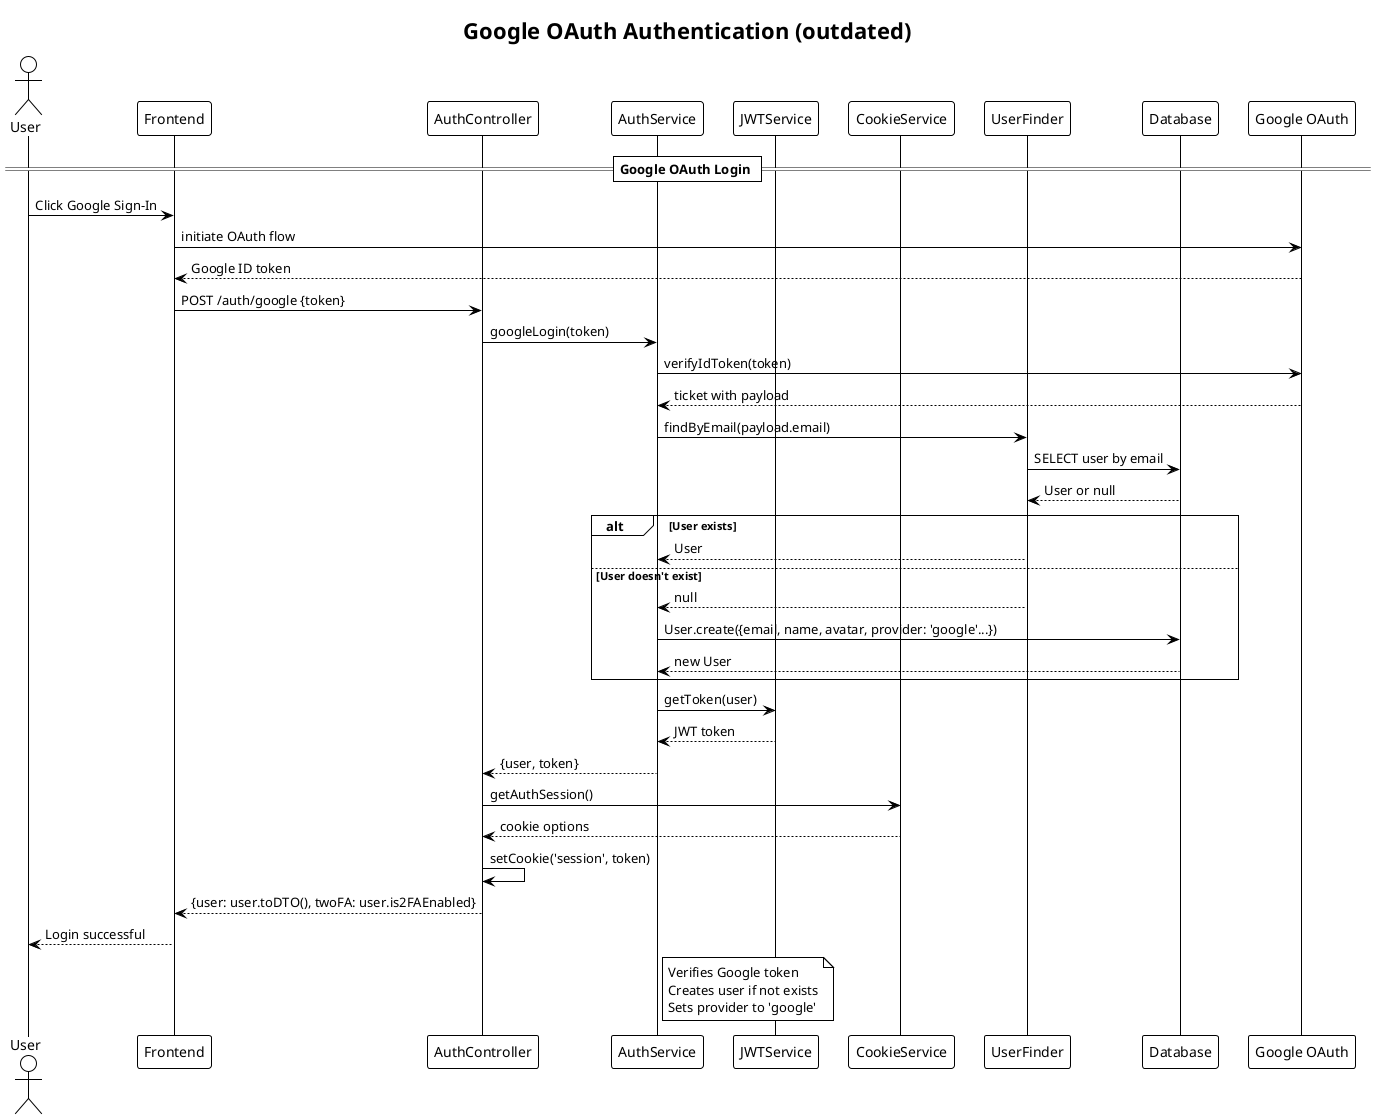
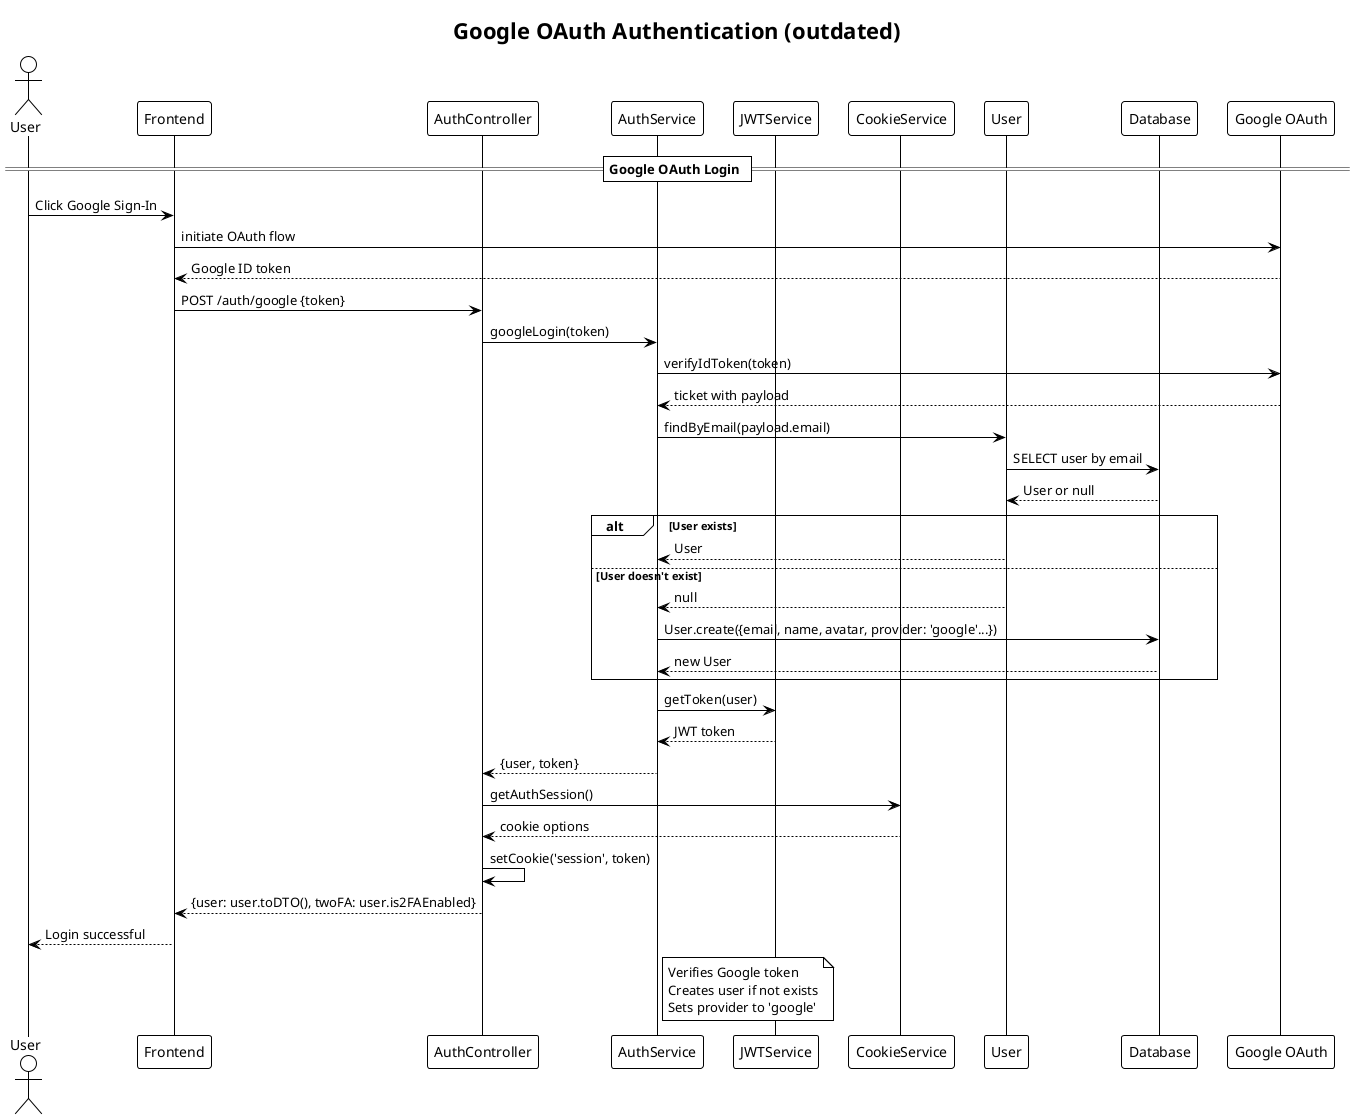
@startuml Google OAuth Login Flow
!theme plain
title Google OAuth Authentication (outdated)

actor User
participant "Frontend" as FE
participant "AuthController" as AC
participant "AuthService" as AS
participant "JWTService" as JWT
participant "CookieService" as CS
- participant "UserFinder" as UF
+ participant "User" as UF
participant "Database" as DB
participant "Google OAuth" as GOAuth

== Google OAuth Login ==
User -> FE: Click Google Sign-In
FE -> GOAuth: initiate OAuth flow
GOAuth --> FE: Google ID token
FE -> AC: POST /auth/google {token}
AC -> AS: googleLogin(token)
AS -> GOAuth: verifyIdToken(token)
GOAuth --> AS: ticket with payload
AS -> UF: findByEmail(payload.email)
UF -> DB: SELECT user by email
DB --> UF: User or null

alt User exists
    UF --> AS: User
else User doesn't exist
    UF --> AS: null
    AS -> DB: User.create({email, name, avatar, provider: 'google'...})
    DB --> AS: new User
end

AS -> JWT: getToken(user)
JWT --> AS: JWT token
AS --> AC: {user, token}
AC -> CS: getAuthSession()
CS --> AC: cookie options
AC -> AC: setCookie('session', token)
AC --> FE: {user: user.toDTO(), twoFA: user.is2FAEnabled}
FE --> User: Login successful

note right of AS: Verifies Google token\nCreates user if not exists\nSets provider to 'google'

@enduml
